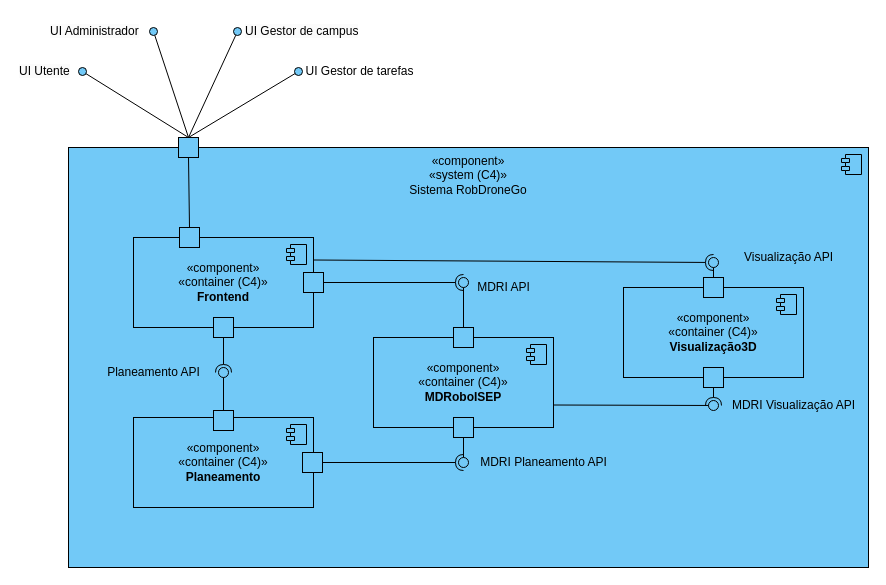
The draw.io diagram docs/N2/VL.drawio in SEM5PI2324G58/sem5pi_g58_23_24, before the edit. Source tidied: cells renumbered, new cells numbered last; positions are measured from the earlier drawing's top-left corner, leaving out a move shared by most shapes. Both pictures are drawn from the tidied source at 100%, with x=0, y=0 at pixel (17, 17).
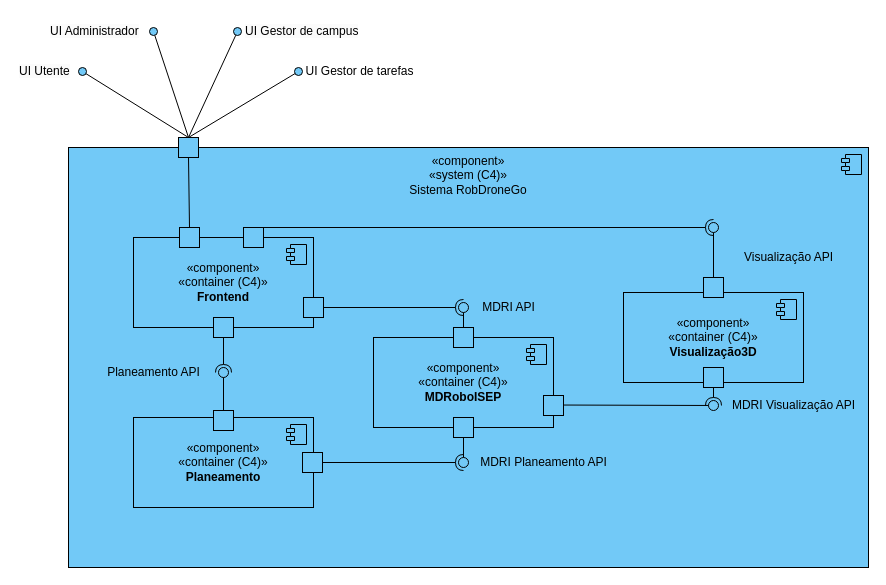
Above is the later version.

Commit message (it also covers changes not shown here):
[Design] Correção da VL_N2

The change refers to these unchanged cells:
```xml
<mxCell id="10" value="«component»&lt;br style=&quot;border-color: var(--border-color);&quot;&gt;«container (C4)»&lt;br&gt;&lt;b&gt;MDRoboISEP&lt;/b&gt;" style="html=1;whiteSpace=wrap;fillColor=#72c9f7;" parent="1" vertex="1">
  <mxGeometry x="356" y="320" width="180" height="90" as="geometry" />
</mxCell>
<mxCell id="14" value="«component»&lt;br style=&quot;border-color: var(--border-color);&quot;&gt;«container (C4)»&lt;br&gt;&lt;b&gt;Frontend&lt;/b&gt;" style="html=1;whiteSpace=wrap;fillColor=#72c9f7;" parent="1" vertex="1">
  <mxGeometry x="116" y="220" width="180" height="90" as="geometry" />
</mxCell>
<mxCell id="19" style="ellipse;whiteSpace=wrap;html=1;align=center;fillColor=none;strokeColor=none;perimeter=centerPerimeter;points=[];outlineConnect=1;" parent="1" vertex="1">
  <mxGeometry x="441" y="260" width="10" height="10" as="geometry" />
</mxCell>
```

Change to the diagram source:
```diff
@@
     <mxCell id="7" value="«component»&lt;br style=&quot;border-color: var(--border-color);&quot;&gt;«container (C4)»&lt;br&gt;&lt;b&gt;Visualização3D&lt;/b&gt;" style="html=1;whiteSpace=wrap;fillColor=#72c9f7;" parent="1" vertex="1">
-      <mxGeometry x="606" y="270" width="180" height="90" as="geometry" />
+      <mxGeometry x="606" y="275" width="180" height="90" as="geometry" />
     </mxCell>
@@
-    <mxCell id="17" style="rounded=0;jettySize=auto;html=1;endArrow=halfCircle;endFill=0;endSize=6;strokeWidth=1;sketch=0;exitX=1;exitY=0.5;exitDx=0;exitDy=0;" parent="1" edge="1" source="33" target="19">
-      <mxGeometry relative="1" as="geometry" />
+    <mxCell id="17" style="rounded=0;jettySize=auto;html=1;endArrow=halfCircle;endFill=0;endSize=6;strokeWidth=1;sketch=0;exitX=1;exitY=0.5;exitDx=0;exitDy=0;" parent="1" edge="1" source="33">
+      <mxGeometry relative="1" as="geometry">
+        <mxPoint x="446" y="290" as="targetPoint" />
+      </mxGeometry>
     </mxCell>
-    <mxCell id="18" style="rounded=0;jettySize=auto;html=1;endArrow=oval;endFill=0;sketch=0;sourcePerimeterSpacing=0;targetPerimeterSpacing=0;endSize=10;exitX=0.5;exitY=0;exitDx=0;exitDy=0;" parent="1" edge="1" source="10" target="19">
-      <mxGeometry relative="1" as="geometry" />
+    <mxCell id="18" style="rounded=0;jettySize=auto;html=1;endArrow=oval;endFill=0;sketch=0;sourcePerimeterSpacing=0;targetPerimeterSpacing=0;endSize=10;exitX=0.5;exitY=0;exitDx=0;exitDy=0;" parent="1" edge="1" source="10">
+      <mxGeometry relative="1" as="geometry">
+        <mxPoint x="446" y="290" as="targetPoint" />
+      </mxGeometry>
     </mxCell>
@@
-    <mxCell id="23" style="rounded=0;jettySize=auto;html=1;endArrow=halfCircle;endFill=0;endSize=6;strokeWidth=1;sketch=0;exitX=1;exitY=0.25;exitDx=0;exitDy=0;" parent="1" edge="1" source="14" target="25">
+    <mxCell id="23" style="rounded=0;jettySize=auto;html=1;endArrow=halfCircle;endFill=0;endSize=6;strokeWidth=1;sketch=0;exitX=0.5;exitY=0;exitDx=0;exitDy=0;" parent="1" edge="1" source="57" target="25">
       <mxGeometry relative="1" as="geometry" />
     </mxCell>
@@
     <mxCell id="25" style="ellipse;whiteSpace=wrap;html=1;align=center;fillColor=none;strokeColor=none;perimeter=centerPerimeter;points=[];outlineConnect=1;" parent="1" vertex="1">
-      <mxGeometry x="691" y="240" width="10" height="10" as="geometry" />
+      <mxGeometry x="691" y="205" width="10" height="10" as="geometry" />
     </mxCell>
@@
-    <mxCell id="32" style="rounded=0;jettySize=auto;html=1;endArrow=halfCircle;endFill=0;endSize=6;strokeWidth=1;sketch=0;exitX=1;exitY=0.5;exitDx=0;exitDy=0;" parent="1" edge="1" source="14" target="33">
-      <mxGeometry relative="1" as="geometry" />
-    </mxCell>
     <mxCell id="33" style="html=1;rounded=0;fillColor=#72c9f7;" parent="1" vertex="1">
-      <mxGeometry x="286" y="255" width="20" height="20" as="geometry" />
+      <mxGeometry x="286" y="280" width="20" height="20" as="geometry" />
     </mxCell>
@@
     <mxCell id="39" value="MDRI API" style="text;html=1;align=center;verticalAlign=middle;strokeColor=none;fillColor=none;" parent="1" vertex="1">
-      <mxGeometry x="446" y="255" width="80" height="30" as="geometry" />
+      <mxGeometry x="451" y="275" width="80" height="30" as="geometry" />
     </mxCell>
@@
+    <mxCell id="56" style="html=1;rounded=0;fillColor=#72c9f7;" parent="1" vertex="1">
+      <mxGeometry x="526" y="378" width="20" height="20" as="geometry" />
+    </mxCell>
+    <mxCell id="57" style="html=1;rounded=0;fillColor=#72c9f7;" parent="1" vertex="1">
+      <mxGeometry x="226" y="210" width="20" height="20" as="geometry" />
+    </mxCell>
```
